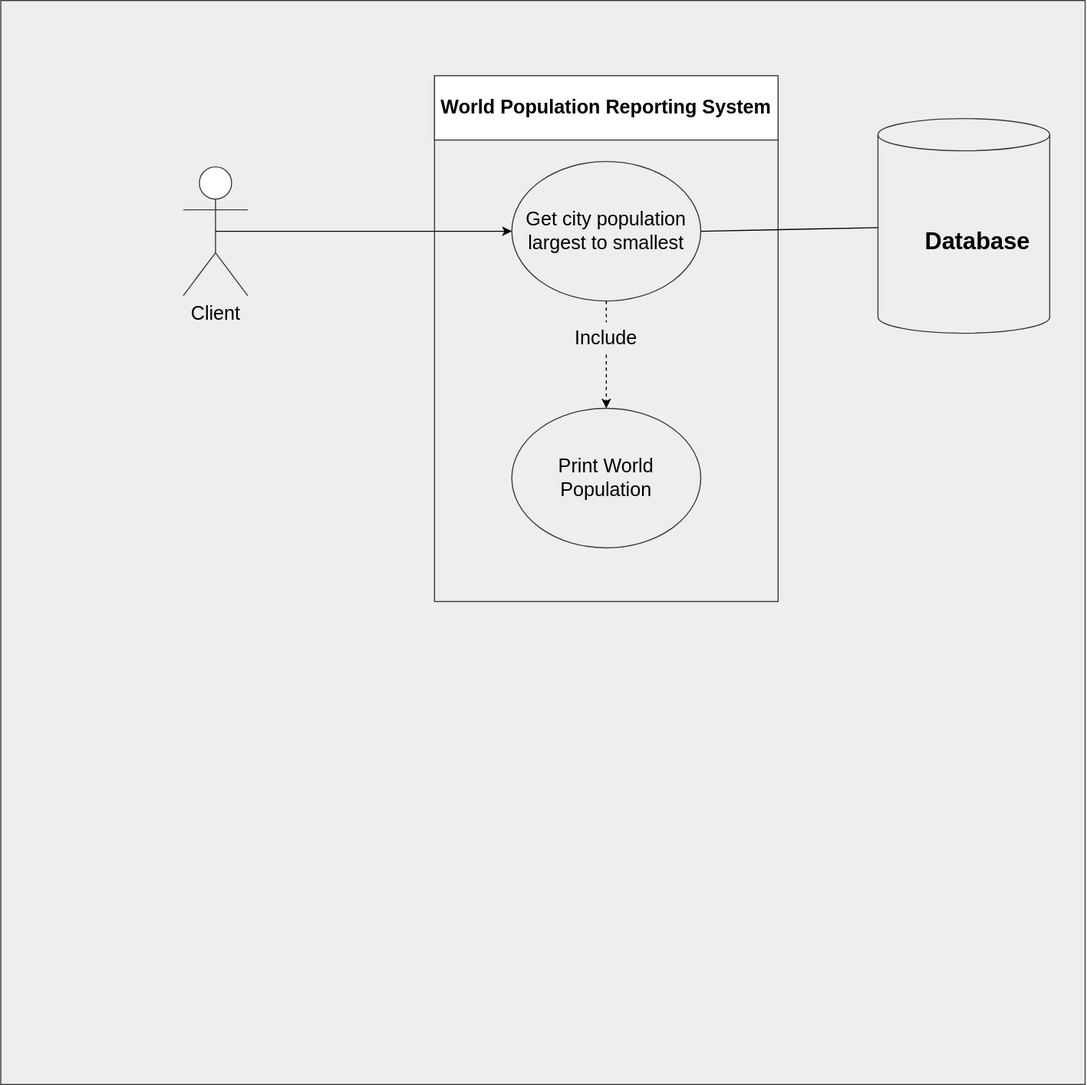
This is usecase/city-use-case-1.svg from SaiWunnaAung/SET09623_DevOps-Group-4-, a draw.io export, as it was before one commit. Source tidied: cells renumbered, new cells last; positions are measured from the earlier drawing's top-left corner, leaving out a move shared by most shapes. Source of this version:
```xml
<mxGraphModel>
  <root>
    <mxCell id="0" />
    <mxCell id="1" parent="0" />
    <mxCell id="2" style="whiteSpace=wrap;html=1;fillColor=#eeeeee;strokeColor=#36393d;" parent="1" vertex="1">
      <mxGeometry width="1010" height="1010" as="geometry" />
    </mxCell>
    <mxCell id="3" style="shape=cylinder3;whiteSpace=wrap;html=1;boundedLbl=1;backgroundOutline=1;size=15;fontSize=18;strokeColor=#36393d;fillColor=#eeeeee;" parent="1" vertex="1">
      <mxGeometry x="817" y="110" width="160" height="200" as="geometry" />
    </mxCell>
    <mxCell id="4" value="&lt;span style=&quot;color: rgb(0 , 0 , 0)&quot;&gt;Include&lt;/span&gt;" style="rounded=0;whiteSpace=wrap;html=1;fontSize=18;strokeColor=#36393D;fillColor=#eeeeee;" parent="1" vertex="1">
      <mxGeometry x="404" y="70" width="320" height="490" as="geometry" />
    </mxCell>
    <mxCell id="5" value="&lt;b&gt;World Population Reporting System&lt;/b&gt;" style="rounded=0;whiteSpace=wrap;html=1;fontSize=18;fontColor=#000000;strokeColor=#36393D;fillColor=#FFFFFF;" parent="1" vertex="1">
      <mxGeometry x="404" y="70" width="320" height="60" as="geometry" />
    </mxCell>
    <mxCell id="6" value="&lt;font color=&quot;#000000&quot;&gt;Get city population largest to smallest&lt;/font&gt;" style="ellipse;whiteSpace=wrap;html=1;fontSize=18;strokeColor=#36393d;fillColor=#eeeeee;" parent="1" vertex="1">
      <mxGeometry x="476" y="150" width="176" height="130" as="geometry" />
    </mxCell>
    <mxCell id="7" value="&lt;font color=&quot;#000000&quot;&gt;Print World Population&lt;/font&gt;" style="ellipse;whiteSpace=wrap;html=1;fontSize=18;strokeColor=#36393d;fillColor=#eeeeee;" parent="1" vertex="1">
      <mxGeometry x="476" y="380" width="176" height="130" as="geometry" />
    </mxCell>
    <mxCell id="8" value="Client" style="shape=umlActor;verticalLabelPosition=bottom;verticalAlign=top;html=1;outlineConnect=0;fontSize=18;fontColor=#000000;strokeColor=#36393D;fillColor=#FFFFFF;" parent="1" vertex="1">
      <mxGeometry x="170" y="155" width="60" height="120" as="geometry" />
    </mxCell>
    <mxCell id="9" style="endArrow=classic;html=1;rounded=0;fontSize=18;fontColor=#000000;entryX=0;entryY=0.5;entryDx=0;entryDy=0;exitX=0.5;exitY=0.5;exitDx=0;exitDy=0;exitPerimeter=0;" parent="1" edge="1" source="8" target="6">
      <mxGeometry relative="1" as="geometry" />
    </mxCell>
    <mxCell id="10" style="endArrow=none;html=1;rounded=0;fontSize=18;fontColor=#000000;exitX=1;exitY=0.5;exitDx=0;exitDy=0;" parent="1" edge="1" source="6" target="3">
      <mxGeometry relative="1" as="geometry" />
    </mxCell>
    <mxCell id="11" style="endArrow=classic;html=1;rounded=0;fontSize=18;fontColor=#000000;entryX=0.5;entryY=0;entryDx=0;entryDy=0;exitX=0.5;exitY=1;exitDx=0;exitDy=0;startArrow=none;dashed=1;" parent="1" edge="1" target="7">
      <mxGeometry relative="1" as="geometry">
        <mxPoint x="564" y="330" as="sourcePoint" />
      </mxGeometry>
    </mxCell>
    <mxCell id="12" style="endArrow=none;html=1;rounded=0;fontSize=18;fontColor=#000000;entryX=0.5;entryY=0;entryDx=0;entryDy=0;exitX=0.5;exitY=1;exitDx=0;exitDy=0;dashed=1;" parent="1" edge="1" source="6">
      <mxGeometry relative="1" as="geometry">
        <mxPoint x="564" y="300" as="targetPoint" />
      </mxGeometry>
    </mxCell>
    <mxCell id="13" value="&lt;b&gt;&lt;font style=&quot;font-size: 22px&quot;&gt;Database&lt;/font&gt;&lt;/b&gt;" style="text;html=1;strokeColor=none;fillColor=none;align=center;verticalAlign=middle;whiteSpace=wrap;rounded=0;fontSize=18;fontColor=#000000;" parent="1" vertex="1">
      <mxGeometry x="870" y="200" width="80" height="50" as="geometry" />
    </mxCell>
  </root>
</mxGraphModel>
```
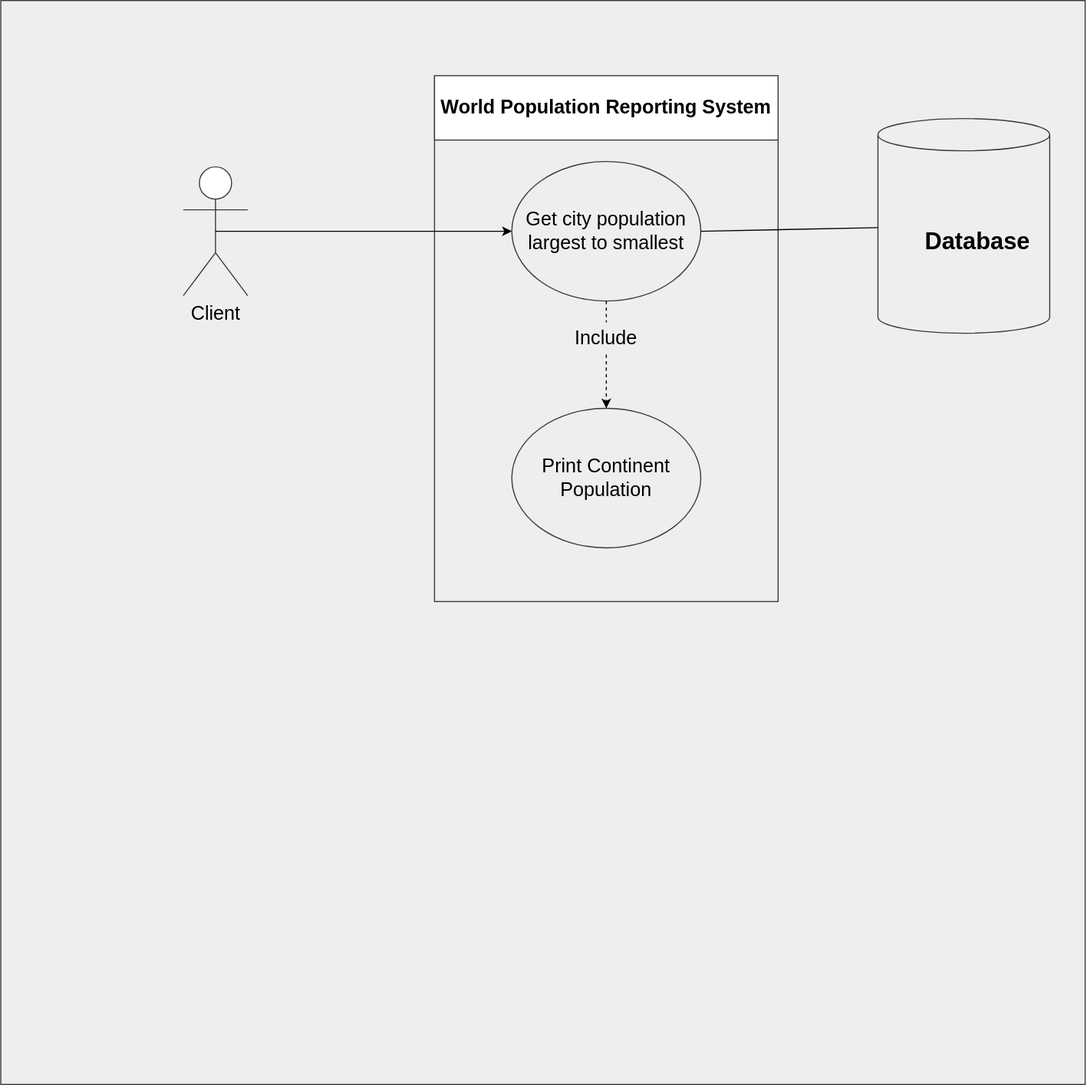
Later version of the same file.

Commit message:
Update city-use-case-1 files and added city-use-case-2 files.

Change to the diagram source:
```diff
@@ -17,7 +17,7 @@
     <mxCell id="6" value="&lt;font color=&quot;#000000&quot;&gt;Get city population largest to smallest&lt;/font&gt;" style="ellipse;whiteSpace=wrap;html=1;fontSize=18;strokeColor=#36393d;fillColor=#eeeeee;" parent="1" vertex="1">
       <mxGeometry x="476" y="150" width="176" height="130" as="geometry" />
     </mxCell>
-    <mxCell id="7" value="&lt;font color=&quot;#000000&quot;&gt;Print World Population&lt;/font&gt;" style="ellipse;whiteSpace=wrap;html=1;fontSize=18;strokeColor=#36393d;fillColor=#eeeeee;" parent="1" vertex="1">
+    <mxCell id="7" value="&lt;font color=&quot;#000000&quot;&gt;Print Continent Population&lt;/font&gt;" style="ellipse;whiteSpace=wrap;html=1;fontSize=18;strokeColor=#36393d;fillColor=#eeeeee;" parent="1" vertex="1">
       <mxGeometry x="476" y="380" width="176" height="130" as="geometry" />
     </mxCell>
     <mxCell id="8" value="Client" style="shape=umlActor;verticalLabelPosition=bottom;verticalAlign=top;html=1;outlineConnect=0;fontSize=18;fontColor=#000000;strokeColor=#36393D;fillColor=#FFFFFF;" parent="1" vertex="1">
```
